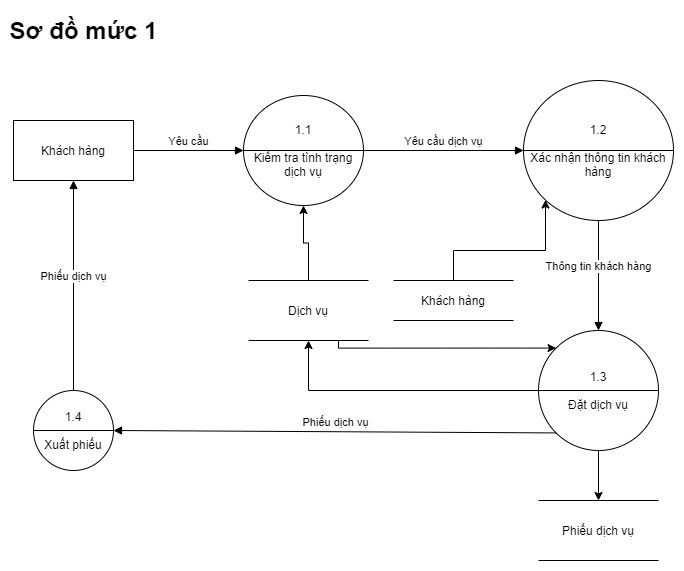
Above: Phan_Tich_Thiet_Ke/DFD/QuanLyDatDichVu/DFD_Muc1_DatDichVu.png in KNhaa/DoAnCNPM (draw.io), before the change. Source tidied: cells renumbered, new cells last; positions are measured from the earlier drawing's top-left corner, leaving out a move shared by most shapes.
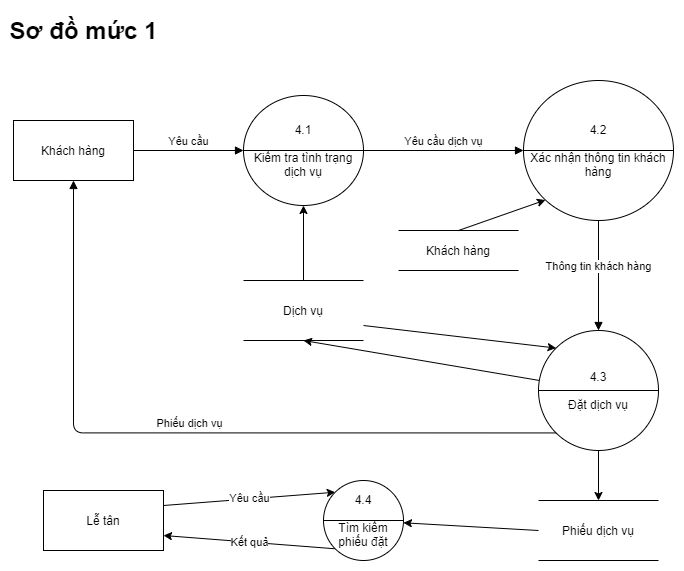
The same file after the commit.

Change to the diagram source:
```diff
@@ -8,60 +8,65 @@
     <mxCell id="3" value="Yêu cầu" style="html=1;verticalAlign=bottom;endArrow=block;exitX=1;exitY=0.5;exitDx=0;exitDy=0;entryX=0;entryY=0.5;entryDx=0;entryDy=0;" parent="1" edge="1" source="2" target="5">
       <mxGeometry relative="1" as="geometry" />
     </mxCell>
-    <mxCell id="4" value="1.2&lt;br&gt;&lt;br&gt;Xác nhận thông tin khách hàng" style="shape=lineEllipse;perimeter=ellipsePerimeter;whiteSpace=wrap;html=1;backgroundOutline=1;" parent="1" vertex="1">
+    <mxCell id="4" value="4.2&lt;br&gt;&lt;br&gt;Xác nhận thông tin khách hàng" style="shape=lineEllipse;perimeter=ellipsePerimeter;whiteSpace=wrap;html=1;backgroundOutline=1;" parent="1" vertex="1">
       <mxGeometry x="510" y="70" width="150" height="140" as="geometry" />
     </mxCell>
-    <mxCell id="5" value="1.1&lt;br&gt;&lt;br&gt;Kiểm tra tình trạng dịch vụ" style="shape=lineEllipse;perimeter=ellipsePerimeter;whiteSpace=wrap;html=1;backgroundOutline=1;" parent="1" vertex="1">
+    <mxCell id="5" value="4.1&lt;br&gt;&lt;br&gt;Kiểm tra tình trạng dịch vụ" style="shape=lineEllipse;perimeter=ellipsePerimeter;whiteSpace=wrap;html=1;backgroundOutline=1;" parent="1" vertex="1">
       <mxGeometry x="230" y="85" width="120" height="110" as="geometry" />
     </mxCell>
     <mxCell id="6" style="edgeStyle=orthogonalEdgeStyle;rounded=0;jettySize=auto;html=1;entryX=0.5;entryY=1;entryDx=0;entryDy=0;" parent="1" edge="1" source="8" target="5">
       <mxGeometry relative="1" as="geometry" />
     </mxCell>
-    <mxCell id="7" style="edgeStyle=orthogonalEdgeStyle;rounded=0;jettySize=auto;html=1;exitX=0.75;exitY=1;exitDx=0;exitDy=0;entryX=0;entryY=0;entryDx=0;entryDy=0;" parent="1" edge="1" source="8" target="14">
-      <mxGeometry relative="1" as="geometry">
-        <Array as="points">
-          <mxPoint x="325" y="338" />
-        </Array>
-      </mxGeometry>
+    <mxCell id="7" style="rounded=0;jettySize=auto;html=1;exitX=1;exitY=0.75;exitDx=0;exitDy=0;entryX=0;entryY=0;entryDx=0;entryDy=0;" parent="1" edge="1" source="8" target="14">
+      <mxGeometry relative="1" as="geometry" />
     </mxCell>
     <mxCell id="8" value="Dịch vụ" style="shape=partialRectangle;whiteSpace=wrap;html=1;left=0;right=0;fillColor=none;" parent="1" vertex="1">
-      <mxGeometry x="235" y="270" width="120" height="60" as="geometry" />
+      <mxGeometry x="230" y="270" width="120" height="60" as="geometry" />
     </mxCell>
     <mxCell id="9" value="Yêu cầu dịch vụ" style="html=1;verticalAlign=bottom;endArrow=block;exitX=1;exitY=0.5;exitDx=0;exitDy=0;entryX=0;entryY=0.5;entryDx=0;entryDy=0;" parent="1" edge="1" source="5" target="4">
       <mxGeometry relative="1" as="geometry" />
     </mxCell>
-    <mxCell id="10" style="edgeStyle=orthogonalEdgeStyle;rounded=0;jettySize=auto;html=1;entryX=0;entryY=1;entryDx=0;entryDy=0;exitX=0.5;exitY=0;exitDx=0;exitDy=0;" parent="1" edge="1" source="11" target="4">
+    <mxCell id="10" style="rounded=0;jettySize=auto;html=1;entryX=0;entryY=1;entryDx=0;entryDy=0;exitX=0.5;exitY=0;exitDx=0;exitDy=0;" parent="1" edge="1" source="11" target="4">
       <mxGeometry relative="1" as="geometry" />
     </mxCell>
     <mxCell id="11" value="Khách hàng" style="shape=partialRectangle;whiteSpace=wrap;html=1;left=0;right=0;fillColor=none;" parent="1" vertex="1">
-      <mxGeometry x="380" y="270" width="120" height="40" as="geometry" />
+      <mxGeometry x="385" y="220" width="120" height="40" as="geometry" />
     </mxCell>
-    <mxCell id="12" style="edgeStyle=orthogonalEdgeStyle;rounded=0;jettySize=auto;html=1;entryX=0.5;entryY=1;entryDx=0;entryDy=0;" parent="1" edge="1" source="14" target="8">
+    <mxCell id="12" style="rounded=0;jettySize=auto;html=1;entryX=0.5;entryY=1;entryDx=0;entryDy=0;" parent="1" edge="1" source="14" target="8">
       <mxGeometry relative="1" as="geometry" />
     </mxCell>
     <mxCell id="13" style="edgeStyle=orthogonalEdgeStyle;rounded=0;jettySize=auto;html=1;entryX=0.5;entryY=0;entryDx=0;entryDy=0;" parent="1" edge="1" source="14" target="16">
       <mxGeometry relative="1" as="geometry" />
     </mxCell>
-    <mxCell id="14" value="1.3&lt;br&gt;&lt;br&gt;Đặt dịch vụ" style="shape=lineEllipse;perimeter=ellipsePerimeter;whiteSpace=wrap;html=1;backgroundOutline=1;" parent="1" vertex="1">
+    <mxCell id="14" value="4.3&lt;br&gt;&lt;br&gt;Đặt dịch vụ" style="shape=lineEllipse;perimeter=ellipsePerimeter;whiteSpace=wrap;html=1;backgroundOutline=1;" parent="1" vertex="1">
       <mxGeometry x="525" y="320" width="120" height="120" as="geometry" />
     </mxCell>
     <mxCell id="15" value="Thông tin khách hàng" style="html=1;verticalAlign=bottom;endArrow=block;exitX=0.5;exitY=1;exitDx=0;exitDy=0;entryX=0.5;entryY=0;entryDx=0;entryDy=0;" parent="1" edge="1" source="4" target="14">
       <mxGeometry relative="1" as="geometry" />
     </mxCell>
+    <mxCell id="21" style="rounded=0;jettySize=auto;html=1;exitX=0;exitY=0.5;exitDx=0;exitDy=0;" parent="1" edge="1" source="16" target="25">
+      <mxGeometry relative="1" as="geometry" />
+    </mxCell>
     <mxCell id="16" value="Phiếu dịch vụ" style="shape=partialRectangle;whiteSpace=wrap;html=1;left=0;right=0;fillColor=none;" parent="1" vertex="1">
       <mxGeometry x="525" y="490" width="120" height="60" as="geometry" />
     </mxCell>
-    <mxCell id="17" value="1.4&lt;br&gt;&lt;br&gt;Xuất phiếu" style="shape=lineEllipse;perimeter=ellipsePerimeter;whiteSpace=wrap;html=1;backgroundOutline=1;" parent="1" vertex="1">
-      <mxGeometry x="20" y="380" width="80" height="80" as="geometry" />
-    </mxCell>
-    <mxCell id="18" value="Phiếu dịch vụ" style="html=1;verticalAlign=bottom;endArrow=block;exitX=0.5;exitY=0;exitDx=0;exitDy=0;entryX=0.5;entryY=1;entryDx=0;entryDy=0;" parent="1" edge="1" source="17" target="2">
+    <mxCell id="18" value="Phiếu dịch vụ" style="html=1;verticalAlign=bottom;endArrow=block;exitX=0;exitY=1;exitDx=0;exitDy=0;entryX=0.5;entryY=1;entryDx=0;entryDy=0;edgeStyle=orthogonalEdgeStyle;" parent="1" edge="1" source="14" target="2">
       <mxGeometry relative="1" as="geometry" />
     </mxCell>
-    <mxCell id="19" value="Phiếu dịch vụ" style="html=1;verticalAlign=bottom;endArrow=block;exitX=0;exitY=1;exitDx=0;exitDy=0;entryX=1;entryY=0.5;entryDx=0;entryDy=0;" parent="1" edge="1" source="14" target="17">
-      <mxGeometry relative="1" as="geometry" />
-    </mxCell>
     <mxCell id="20" value="Sơ đồ mức 1" style="text;strokeColor=none;fillColor=none;html=1;fontSize=24;fontStyle=1;verticalAlign=middle;align=center;" parent="1" vertex="1">
       <mxGeometry x="20" width="100" height="40" as="geometry" />
     </mxCell>
+    <mxCell id="22" value="Yêu cầu" style="rounded=0;jettySize=auto;html=1;exitX=1;exitY=0.25;exitDx=0;exitDy=0;entryX=0;entryY=0;entryDx=0;entryDy=0;" parent="1" edge="1" source="23" target="25">
+      <mxGeometry relative="1" as="geometry" />
+    </mxCell>
+    <mxCell id="23" value="Lễ tân" style="rounded=0;whiteSpace=wrap;html=1;" parent="1" vertex="1">
+      <mxGeometry x="30" y="480" width="120" height="60" as="geometry" />
+    </mxCell>
+    <mxCell id="24" value="Kết quả" style="rounded=0;jettySize=auto;html=1;exitX=0;exitY=1;exitDx=0;exitDy=0;entryX=1;entryY=0.75;entryDx=0;entryDy=0;" parent="1" edge="1" source="25" target="23">
+      <mxGeometry relative="1" as="geometry" />
+    </mxCell>
+    <mxCell id="25" value="4.4&lt;br&gt;&lt;br&gt;Tìm kiếm phiếu đặt" style="shape=lineEllipse;perimeter=ellipsePerimeter;whiteSpace=wrap;html=1;backgroundOutline=1;" parent="1" vertex="1">
+      <mxGeometry x="310" y="470" width="80" height="80" as="geometry" />
+    </mxCell>
   </root>
 </mxGraphModel>
```
